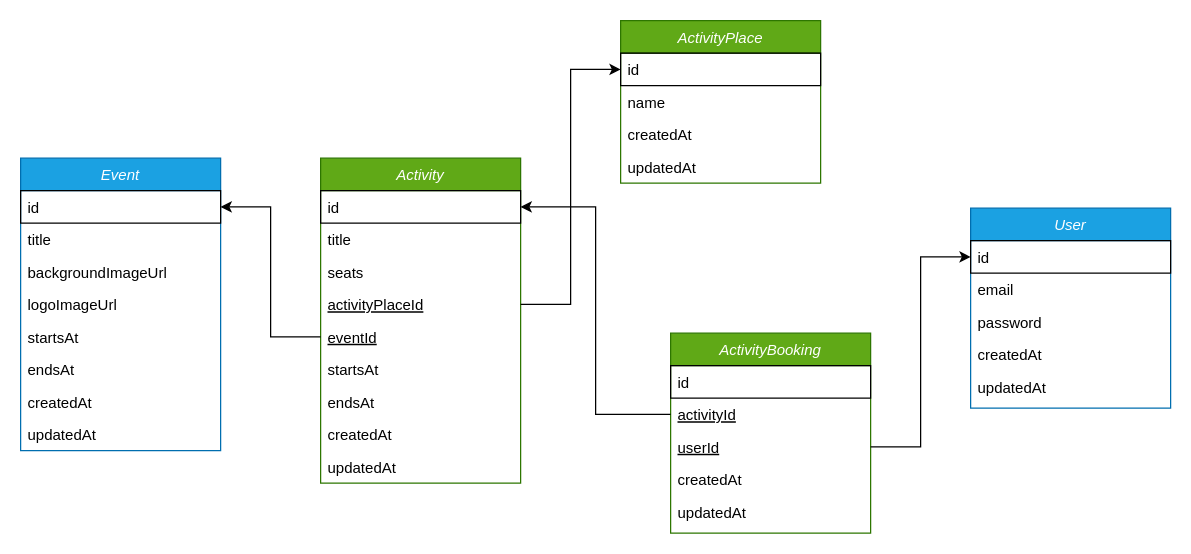
Before: Diagrama sem nome.drawio in yujiKKuroda/drivent, a draw.io diagram. Source tidied: cells renumbered, new cells numbered last; positions are measured from the earlier drawing's top-left corner, leaving out a move shared by most shapes. Both pictures are drawn from the tidied source at 125%, with x=0, y=0 at pixel (20, 20).
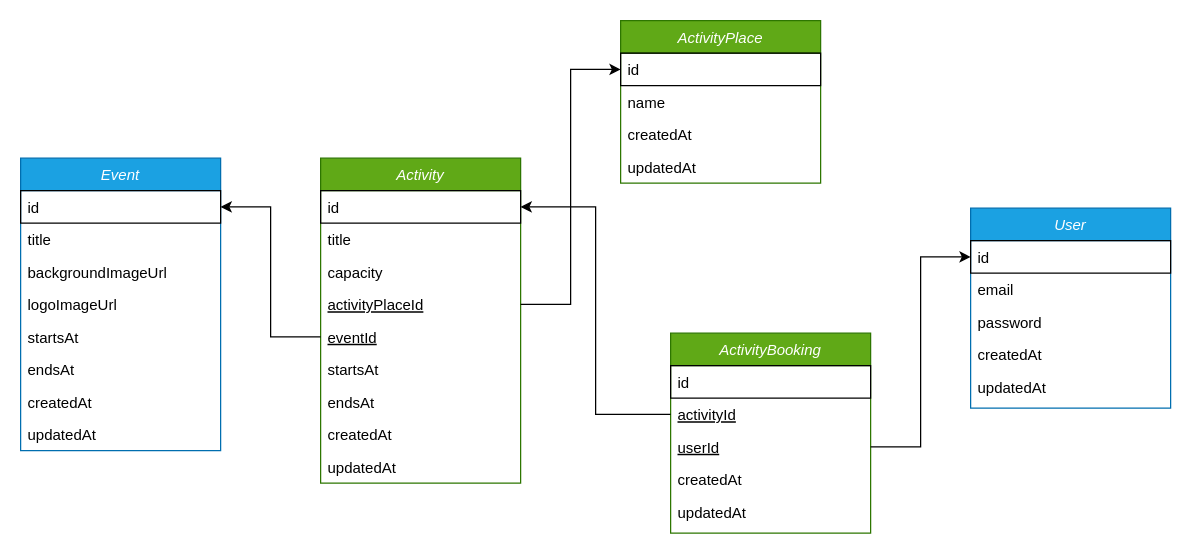
After the change.

The change refers to these unchanged cells:
```xml
<mxCell id="11" value="Activity" style="swimlane;fontStyle=2;align=center;verticalAlign=top;horizontal=1;startSize=26;rounded=0;shadow=0;strokeWidth=1;fillColor=#60a917;fontColor=#ffffff;strokeColor=#2D7600;" parent="1" vertex="1">
  <mxGeometry x="240" y="110" width="160" height="260" as="geometry" />
</mxCell>
```

Change to the diagram source:
```diff
@@
-    <mxCell id="14" value="seats" style="text;align=left;verticalAlign=top;spacingLeft=4;spacingRight=4;overflow=hidden;rounded=0;shadow=0;html=0;" parent="11" vertex="1">
+    <mxCell id="14" value="capacity" style="text;align=left;verticalAlign=top;spacingLeft=4;spacingRight=4;overflow=hidden;rounded=0;shadow=0;html=0;" parent="11" vertex="1">
       <mxGeometry y="78" width="160" height="26" as="geometry" />
     </mxCell>
```
